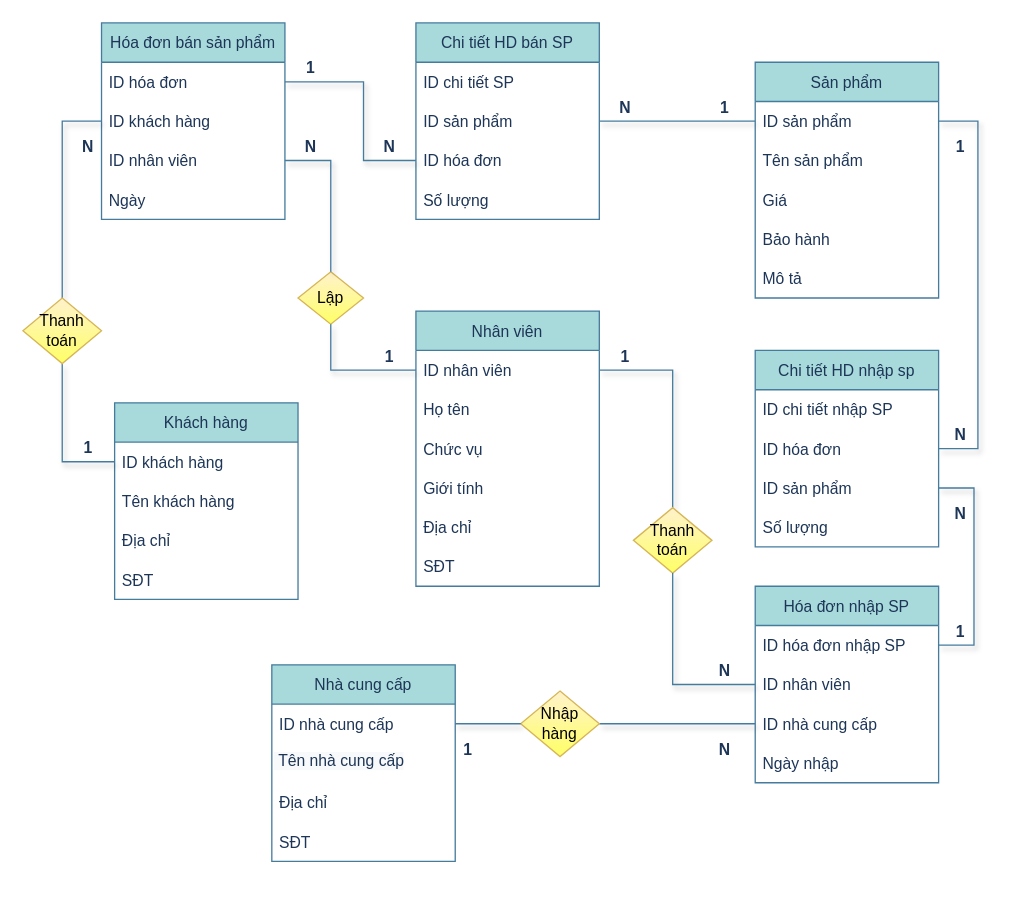
Before: Untitled Diagram.drawio in duy1009/abc, a draw.io diagram. Source tidied: cells renumbered, new cells numbered last; positions are measured from the earlier drawing's top-left corner, leaving out a move shared by most shapes. Both pictures are drawn from the tidied source at 131%, with x=0, y=0 at pixel (22, 22).
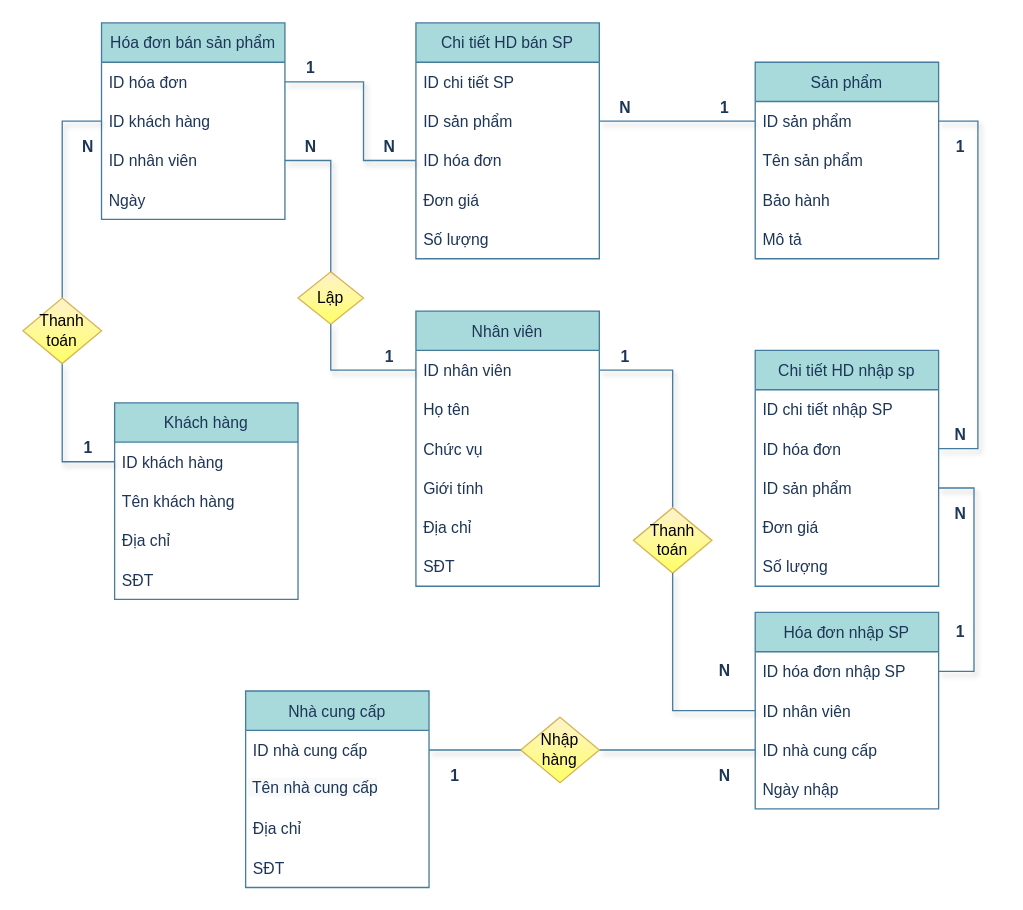
Above is the later version.

Unchanged cells that the change refers to:
```xml
<mxCell id="8" value="ID hóa đơn nhập SP" style="text;strokeColor=none;fillColor=none;align=left;verticalAlign=middle;spacingLeft=4;spacingRight=4;overflow=hidden;points=[[0,0.5],[1,0.5]];portConstraint=eastwest;fontColor=#1D3557;" parent="7" vertex="1">
  <mxGeometry y="30" width="140" height="30" as="geometry" />
</mxCell>
<mxCell id="9" value="ID nhân viên" style="text;strokeColor=none;fillColor=none;align=left;verticalAlign=middle;spacingLeft=4;spacingRight=4;overflow=hidden;points=[[0,0.5],[1,0.5]];portConstraint=eastwest;fontColor=#1D3557;" parent="7" vertex="1">
  <mxGeometry y="60" width="140" height="30" as="geometry" />
</mxCell>
<mxCell id="58" value="ID sản phẩm" style="text;strokeColor=none;fillColor=none;align=left;verticalAlign=middle;spacingLeft=4;spacingRight=4;overflow=hidden;points=[[0,0.5],[1,0.5]];portConstraint=eastwest;fontColor=#1D3557;" parent="55" vertex="1">
  <mxGeometry y="90" width="140" height="30" as="geometry" />
</mxCell>
<mxCell id="73" value="Thanh toán" style="rhombus;whiteSpace=wrap;html=1;fillColor=#fff2cc;strokeColor=#d6b656;gradientColor=#FFFF66;" parent="1" vertex="1">
  <mxGeometry x="466" y="370" width="60" height="50" as="geometry" />
</mxCell>
```

What changed in the source:
```diff
@@
     <mxCell id="7" value="Hóa đơn nhập SP" style="swimlane;fontStyle=0;horizontal=1;startSize=30;fillColor=#A8DADC;strokeColor=#457B9D;fontColor=#1D3557;" parent="1" vertex="1">
-      <mxGeometry x="559" y="430" width="140" height="150" as="geometry" />
+      <mxGeometry x="559" y="450" width="140" height="150" as="geometry" />
     </mxCell>
@@
     <mxCell id="12" value="Chi tiết HD bán SP" style="swimlane;fontStyle=0;horizontal=1;startSize=30;fillColor=#A8DADC;strokeColor=#457B9D;fontColor=#1D3557;" parent="1" vertex="1">
-      <mxGeometry x="300" width="140" height="150" as="geometry" />
+      <mxGeometry x="300" width="140" height="180" as="geometry" />
     </mxCell>
@@
+    <mxCell id="27" value="Đơn giá" style="text;strokeColor=none;fillColor=none;align=left;verticalAlign=middle;spacingLeft=4;spacingRight=4;overflow=hidden;fontColor=#1D3557;" parent="12" vertex="1">
+      <mxGeometry y="120" width="140" height="30" as="geometry" />
+    </mxCell>
     <mxCell id="16" value="Số lượng" style="text;strokeColor=none;fillColor=none;align=left;verticalAlign=middle;spacingLeft=4;spacingRight=4;overflow=hidden;fontColor=#1D3557;" parent="12" vertex="1">
-      <mxGeometry y="120" width="140" height="30" as="geometry" />
+      <mxGeometry y="150" width="140" height="30" as="geometry" />
     </mxCell>
@@
     <mxCell id="24" value="Sản phẩm" style="swimlane;fontStyle=0;horizontal=1;startSize=30;fillColor=#A8DADC;strokeColor=#457B9D;fontColor=#1D3557;" parent="1" vertex="1">
-      <mxGeometry x="559" y="30" width="140" height="180" as="geometry" />
+      <mxGeometry x="559" y="30" width="140" height="150" as="geometry" />
     </mxCell>
@@
-    <mxCell id="27" value="Giá" style="text;strokeColor=none;fillColor=none;align=left;verticalAlign=middle;spacingLeft=4;spacingRight=4;overflow=hidden;fontColor=#1D3557;" parent="24" vertex="1">
-      <mxGeometry y="90" width="140" height="30" as="geometry" />
-    </mxCell>
     <mxCell id="28" value="Bảo hành" style="text;strokeColor=none;fillColor=none;align=left;verticalAlign=middle;spacingLeft=4;spacingRight=4;overflow=hidden;fontColor=#1D3557;" parent="24" vertex="1">
-      <mxGeometry y="120" width="140" height="30" as="geometry" />
+      <mxGeometry y="90" width="140" height="30" as="geometry" />
     </mxCell>
     <mxCell id="29" value="Mô tả" style="text;strokeColor=none;fillColor=none;align=left;verticalAlign=middle;spacingLeft=4;spacingRight=4;overflow=hidden;fontColor=#1D3557;" parent="24" vertex="1">
-      <mxGeometry y="150" width="140" height="30" as="geometry" />
+      <mxGeometry y="120" width="140" height="30" as="geometry" />
     </mxCell>
@@
     <mxCell id="35" value="Nhà cung cấp" style="swimlane;fontStyle=0;horizontal=1;startSize=30;fillColor=#A8DADC;strokeColor=#457B9D;fontColor=#1D3557;" parent="1" vertex="1">
-      <mxGeometry x="190" y="490" width="140" height="150" as="geometry" />
+      <mxGeometry x="170" y="510" width="140" height="150" as="geometry" />
     </mxCell>
@@
     <mxCell id="46" style="endArrow=none;html=1;rounded=0;shadow=1;labelBackgroundColor=#F1FAEE;strokeColor=#457B9D;fontColor=#1D3557;exitX=1;exitY=0.5;exitDx=0;exitDy=0;entryX=1;entryY=0.5;entryDx=0;entryDy=0;" parent="1" edge="1" source="8" target="58">
       <mxGeometry relative="1" as="geometry">
         <Array as="points">
-          <mxPoint x="726" y="475" />
+          <mxPoint x="726" y="495" />
           <mxPoint x="726" y="355" />
         </Array>
       </mxGeometry>
     </mxCell>
@@
     <mxCell id="53" value="Nhập hàng" style="rhombus;whiteSpace=wrap;html=1;fillColor=#fff2cc;strokeColor=#d6b656;gradientColor=#FFFF66;" parent="1" vertex="1">
-      <mxGeometry x="380" y="510" width="60" height="50" as="geometry" />
+      <mxGeometry x="380" y="530" width="60" height="50" as="geometry" />
     </mxCell>
@@
     <mxCell id="55" value="Chi tiết HD nhập sp" style="swimlane;fontStyle=0;horizontal=1;startSize=30;fillColor=#A8DADC;strokeColor=#457B9D;fontColor=#1D3557;" parent="1" vertex="1">
-      <mxGeometry x="559" y="250" width="140" height="150" as="geometry" />
+      <mxGeometry x="559" y="250" width="140" height="180" as="geometry" />
     </mxCell>
@@
+    <mxCell id="77" value="Đơn giá" style="text;strokeColor=none;fillColor=none;align=left;verticalAlign=middle;spacingLeft=4;spacingRight=4;overflow=hidden;fontColor=#1D3557;" parent="55" vertex="1">
+      <mxGeometry y="120" width="140" height="30" as="geometry" />
+    </mxCell>
     <mxCell id="59" value="Số lượng" style="text;strokeColor=none;fillColor=none;align=left;verticalAlign=middle;spacingLeft=4;spacingRight=4;overflow=hidden;fontColor=#1D3557;" parent="55" vertex="1">
-      <mxGeometry y="120" width="140" height="30" as="geometry" />
+      <mxGeometry y="150" width="140" height="30" as="geometry" />
     </mxCell>
@@
     <mxCell id="66" value="1" style="text;html=1;strokeColor=none;fillColor=none;align=center;verticalAlign=middle;whiteSpace=wrap;rounded=0;fontColor=#1D3557;fontStyle=1;" parent="1" vertex="1">
-      <mxGeometry x="310" y="540" width="60" height="30" as="geometry" />
+      <mxGeometry x="300" y="560" width="60" height="30" as="geometry" />
     </mxCell>
     <mxCell id="67" value="N" style="text;html=1;strokeColor=none;fillColor=none;align=center;verticalAlign=middle;whiteSpace=wrap;rounded=0;fontColor=#1D3557;fontStyle=1;" parent="1" vertex="1">
-      <mxGeometry x="506" y="540" width="60" height="30" as="geometry" />
+      <mxGeometry x="506" y="560" width="60" height="30" as="geometry" />
     </mxCell>
@@
     <mxCell id="74" style="endArrow=none;html=1;rounded=0;shadow=1;entryX=0.5;entryY=1;entryDx=0;entryDy=0;exitX=0;exitY=0.5;exitDx=0;exitDy=0;labelBackgroundColor=#F1FAEE;strokeColor=#457B9D;fontColor=#1D3557;" parent="1" edge="1" source="9" target="73">
       <mxGeometry relative="1" as="geometry">
         <Array as="points">
+          <mxPoint x="496" y="525" />
           <mxPoint x="496" y="505" />
         </Array>
       </mxGeometry>
     </mxCell>
```
